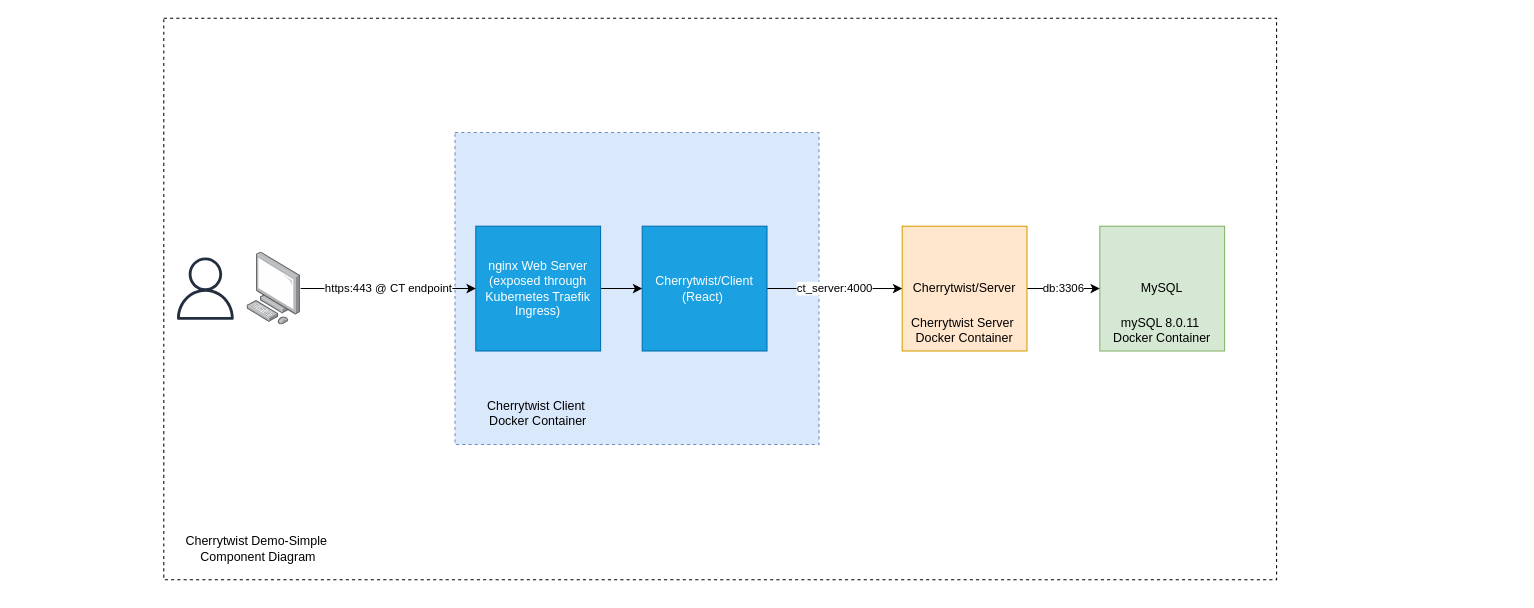
Earlier version of the draw.io diagram design/ComponentDiagram.drawio (alkem-io/demo). Source tidied: cells renumbered, new cells numbered last; positions are measured from the earlier drawing's top-left corner, leaving out a move shared by most shapes. Both pictures are drawn from the tidied source at 104%, with x=0, y=0 at pixel (163, 18). Pictures stored in the file or linked from it are replaced by grey dashed boxes.
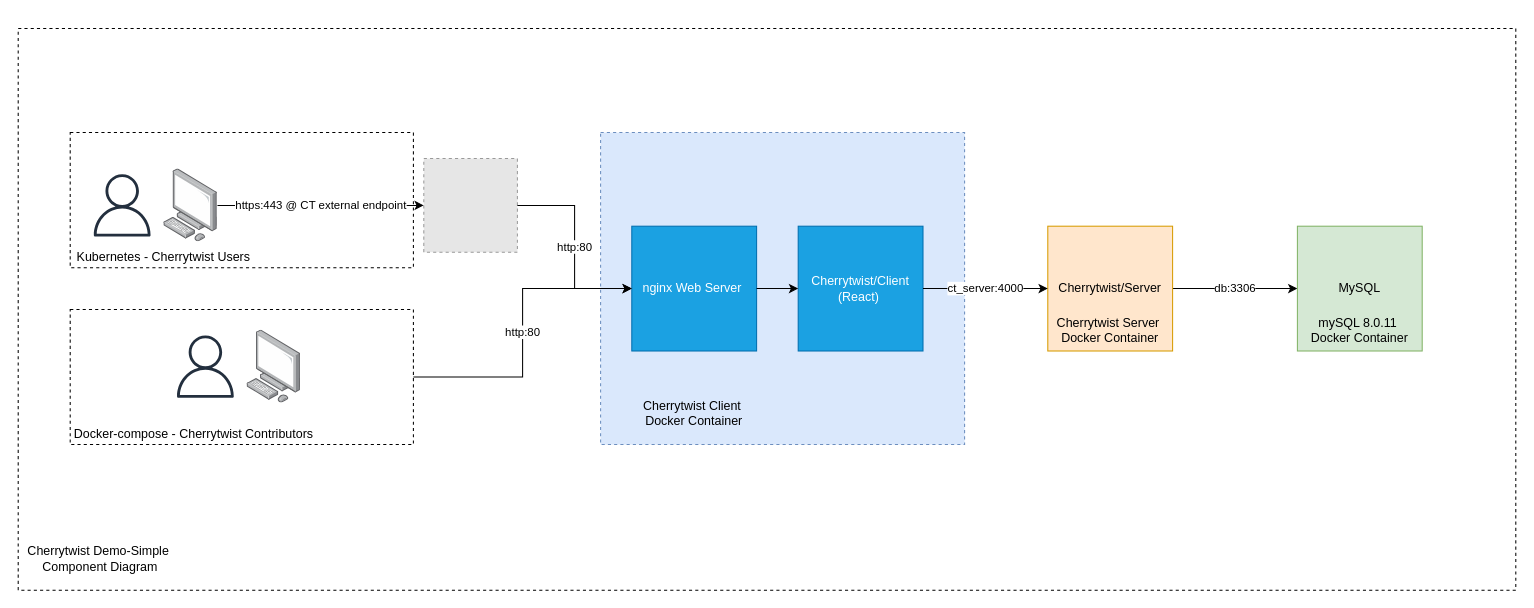
The same page after the edit.

Unchanged cells that the change refers to:
```xml
<mxCell id="13" style="points=[];html=1;align=center;shadow=0;dashed=0;image;image=img/lib/allied_telesis/computer_and_terminals/Personal_Computer.svg;" parent="11" vertex="1">
  <mxGeometry x="70" width="51.6" height="70" as="geometry" />
</mxCell>
```

Diff of the diagram source:
```diff
@@
     <mxCell id="2" style="rounded=0;whiteSpace=wrap;html=1;dashed=1;" parent="1" vertex="1">
-      <mxGeometry width="1070" height="540" as="geometry" />
+      <mxGeometry x="-140" y="10" width="1440" height="540" as="geometry" />
     </mxCell>
+    <mxCell id="5" value="db:3306" style="edgeStyle=orthogonalEdgeStyle;rounded=0;jettySize=auto;html=1;" parent="1" edge="1" source="6" target="4">
+      <mxGeometry relative="1" as="geometry" />
+    </mxCell>
+    <mxCell id="18" value="Cherrytwist Demo-Simple&amp;nbsp; Component Diagram" style="text;html=1;strokeColor=none;fillColor=none;align=center;verticalAlign=middle;whiteSpace=wrap;rounded=0;dashed=1;" parent="1" vertex="1">
+      <mxGeometry x="-140" y="500" width="158.3" height="40" as="geometry" />
+    </mxCell>
+    <mxCell id="19" style="fillColor=#E6E6E6;strokeColor=#999999;dashed=1;verticalLabelPosition=bottom;labelBackgroundColor=#ffffff;verticalAlign=top;" parent="1" vertex="1">
+      <mxGeometry x="250" y="135" width="90" height="90" as="geometry" />
+    </mxCell>
+    <mxCell id="20" style="group;" parent="1" vertex="1">
+      <mxGeometry x="420" y="110" width="350" height="300" as="geometry" />
+    </mxCell>
-    <mxCell id="3" style="rounded=0;whiteSpace=wrap;html=1;dashed=1;fillColor=#dae8fc;strokeColor=#6c8ebf;" parent="1" vertex="1">
-      <mxGeometry x="280" y="110" width="350" height="300" as="geometry" />
+    <mxCell id="3" style="rounded=0;whiteSpace=wrap;html=1;dashed=1;fillColor=#dae8fc;strokeColor=#6c8ebf;" parent="20" vertex="1">
+      <mxGeometry width="350" height="300" as="geometry" />
     </mxCell>
+    <mxCell id="8" value="Cherrytwist/Client (React)&amp;nbsp;" style="whiteSpace=wrap;html=1;fillColor=#1ba1e2;strokeColor=#006EAF;fontColor=#ffffff;" parent="20" vertex="1">
+      <mxGeometry x="190" y="90" width="120" height="120" as="geometry" />
+    </mxCell>
+    <mxCell id="10" value="nginx Web Server&amp;nbsp;" style="whiteSpace=wrap;html=1;fillColor=#1ba1e2;strokeColor=#006EAF;fontColor=#ffffff;" parent="20" vertex="1">
+      <mxGeometry x="30" y="90" width="120" height="120" as="geometry" />
+    </mxCell>
+    <mxCell id="15" value="Cherrytwist Client&amp;nbsp; Docker Container" style="text;html=1;strokeColor=none;fillColor=none;align=center;verticalAlign=middle;whiteSpace=wrap;rounded=0;dashed=1;" parent="20" vertex="1">
+      <mxGeometry x="30" y="250" width="120" height="40" as="geometry" />
+    </mxCell>
+    <mxCell id="9" style="edgeStyle=orthogonalEdgeStyle;rounded=0;jettySize=auto;html=1;exitX=1;exitY=0.5;exitDx=0;exitDy=0;entryX=0;entryY=0.5;entryDx=0;entryDy=0;" parent="20" edge="1" source="10" target="8">
+      <mxGeometry relative="1" as="geometry" />
+    </mxCell>
+    <mxCell id="21" style="group;" parent="1" vertex="1">
+      <mxGeometry x="1090" y="200" width="120" height="120" as="geometry" />
+    </mxCell>
-    <mxCell id="4" value="MySQL" style="whiteSpace=wrap;html=1;fillColor=#d5e8d4;strokeColor=#82b366;" parent="1" vertex="1">
-      <mxGeometry x="900" y="200" width="120" height="120" as="geometry" />
+    <mxCell id="4" value="MySQL" style="whiteSpace=wrap;html=1;fillColor=#d5e8d4;strokeColor=#82b366;" parent="21" vertex="1">
+      <mxGeometry width="120" height="120" as="geometry" />
     </mxCell>
-    <mxCell id="5" value="db:3306" style="edgeStyle=orthogonalEdgeStyle;rounded=0;jettySize=auto;html=1;" parent="1" edge="1" source="6" target="4">
-      <mxGeometry relative="1" as="geometry" />
-    </mxCell>
+    <mxCell id="16" value="mySQL 8.0.11&amp;nbsp; Docker Container" style="text;html=1;strokeColor=none;fillColor=none;align=center;verticalAlign=middle;whiteSpace=wrap;rounded=0;dashed=1;" parent="21" vertex="1">
+      <mxGeometry y="80" width="120" height="40" as="geometry" />
+    </mxCell>
+    <mxCell id="22" style="group;" parent="1" vertex="1">
+      <mxGeometry x="850" y="200" width="120" height="120" as="geometry" />
+    </mxCell>
-    <mxCell id="6" value="Cherrytwist/Server" style="whiteSpace=wrap;html=1;fillColor=#ffe6cc;strokeColor=#d79b00;" parent="1" vertex="1">
-      <mxGeometry x="710" y="200" width="120" height="120" as="geometry" />
+    <mxCell id="6" value="Cherrytwist/Server" style="whiteSpace=wrap;html=1;fillColor=#ffe6cc;strokeColor=#d79b00;" parent="22" vertex="1">
+      <mxGeometry width="120" height="120" as="geometry" />
     </mxCell>
+    <mxCell id="17" value="Cherrytwist Server&amp;nbsp; Docker Container" style="text;html=1;strokeColor=none;fillColor=none;align=center;verticalAlign=middle;whiteSpace=wrap;rounded=0;dashed=1;" parent="22" vertex="1">
+      <mxGeometry y="80" width="120" height="40" as="geometry" />
+    </mxCell>
-    <mxCell id="7" value="ct_server:4000" style="edgeStyle=orthogonalEdgeStyle;rounded=0;jettySize=auto;html=1;exitX=1;exitY=0.5;exitDx=0;exitDy=0;entryX=0;entryY=0.5;entryDx=0;entryDy=0;" parent="1" edge="1" source="8" target="6">
+    <mxCell id="7" value="ct_server:4000" style="edgeStyle=orthogonalEdgeStyle;rounded=0;jettySize=auto;html=1;entryX=0;entryY=0.5;entryDx=0;entryDy=0;exitX=1;exitY=0.5;exitDx=0;exitDy=0;" parent="1" edge="1" source="8" target="6">
       <mxGeometry relative="1" as="geometry" />
     </mxCell>
-    <mxCell id="8" value="Cherrytwist/Client (React)&amp;nbsp;" style="whiteSpace=wrap;html=1;fillColor=#1ba1e2;strokeColor=#006EAF;fontColor=#ffffff;" parent="1" vertex="1">
-      <mxGeometry x="460" y="200" width="120" height="120" as="geometry" />
-    </mxCell>
-    <mxCell id="9" style="edgeStyle=orthogonalEdgeStyle;rounded=0;jettySize=auto;html=1;exitX=1;exitY=0.5;exitDx=0;exitDy=0;entryX=0;entryY=0.5;entryDx=0;entryDy=0;" parent="1" edge="1" source="10" target="8">
-      <mxGeometry relative="1" as="geometry" />
-    </mxCell>
-    <mxCell id="10" value="nginx Web Server (exposed through Kubernetes Traefik Ingress)" style="whiteSpace=wrap;html=1;fillColor=#1ba1e2;strokeColor=#006EAF;fontColor=#ffffff;" parent="1" vertex="1">
-      <mxGeometry x="300" y="200" width="120" height="120" as="geometry" />
-    </mxCell>
+    <mxCell id="23" value="http:80" style="edgeStyle=orthogonalEdgeStyle;rounded=0;jettySize=auto;html=1;entryX=0;entryY=0.5;entryDx=0;entryDy=0;" parent="1" edge="1" source="19" target="10">
+      <mxGeometry relative="1" as="geometry" />
+    </mxCell>
+    <mxCell id="24" style="group;" parent="1" vertex="1">
+      <mxGeometry x="-90" y="280" width="330" height="140" as="geometry" />
+    </mxCell>
+    <mxCell id="25" style="rounded=0;whiteSpace=wrap;html=1;dashed=1;" parent="24" vertex="1">
+      <mxGeometry width="330" height="130" as="geometry" />
+    </mxCell>
+    <mxCell id="26" style="group;" parent="24" vertex="1">
+      <mxGeometry x="100" y="20" width="190" height="120" as="geometry" />
+    </mxCell>
+    <mxCell id="27" style="fontColor=#232F3E;gradientColor=none;fillColor=#232F3E;strokeColor=none;dashed=0;verticalLabelPosition=bottom;verticalAlign=top;align=center;html=1;fontSize=12;fontStyle=0;shape=mxgraph.aws4.user;" parent="26" vertex="1">
+      <mxGeometry y="5" width="60" height="60" as="geometry" />
+    </mxCell>
+    <mxCell id="28" style="html=1;align=center;shadow=0;dashed=0;image;image=img/lib/allied_telesis/computer_and_terminals/Personal_Computer.svg;" parent="26" vertex="1">
+      <mxGeometry x="70" width="51.6" height="70" as="geometry" />
+    </mxCell>
+    <mxCell id="29" value="Docker-compose - Cherrytwist Contributors" style="text;html=1;strokeColor=none;fillColor=none;align=center;verticalAlign=middle;whiteSpace=wrap;rounded=0;dashed=1;" parent="24" vertex="1">
+      <mxGeometry x="-10" y="100" width="258.4" height="40" as="geometry" />
+    </mxCell>
+    <mxCell id="30" style="group;" parent="1" vertex="1">
+      <mxGeometry x="-120" y="110" width="360" height="140" as="geometry" />
+    </mxCell>
+    <mxCell id="31" style="rounded=0;whiteSpace=wrap;html=1;dashed=1;" parent="30" vertex="1">
+      <mxGeometry x="30" width="330" height="130" as="geometry" />
+    </mxCell>
+    <mxCell id="14" value="https:443 @ CT external endpoint" style="edgeStyle=orthogonalEdgeStyle;rounded=0;jettySize=auto;html=1;" parent="30" edge="1" source="13" target="19">
+      <mxGeometry relative="1" as="geometry" />
+    </mxCell>
+    <mxCell id="32" value="Kubernetes - Cherrytwist Users" style="text;html=1;strokeColor=none;fillColor=none;align=center;verticalAlign=middle;whiteSpace=wrap;rounded=0;dashed=1;" parent="30" vertex="1">
+      <mxGeometry x="30" y="100" width="180" height="40" as="geometry" />
+    </mxCell>
-    <mxCell id="11" style="group;" parent="1" vertex="1">
-      <mxGeometry x="10" y="225" width="121.6" height="70" as="geometry" />
+    <mxCell id="11" style="group;" parent="30" vertex="1">
+      <mxGeometry x="50" y="35" width="121.6" height="70" as="geometry" />
     </mxCell>
@@
-    <mxCell id="14" value="https:443 @ CT endpoint" style="edgeStyle=orthogonalEdgeStyle;rounded=0;jettySize=auto;html=1;entryX=0;entryY=0.5;entryDx=0;entryDy=0;" parent="1" edge="1" source="13" target="10">
-      <mxGeometry relative="1" as="geometry" />
-    </mxCell>
-    <mxCell id="15" value="Cherrytwist Client&amp;nbsp; Docker Container" style="text;html=1;strokeColor=none;fillColor=none;align=center;verticalAlign=middle;whiteSpace=wrap;rounded=0;dashed=1;" parent="1" vertex="1">
-      <mxGeometry x="300" y="360" width="120" height="40" as="geometry" />
-    </mxCell>
-    <mxCell id="16" value="mySQL 8.0.11&amp;nbsp; Docker Container" style="text;html=1;strokeColor=none;fillColor=none;align=center;verticalAlign=middle;whiteSpace=wrap;rounded=0;dashed=1;" parent="1" vertex="1">
-      <mxGeometry x="900" y="280" width="120" height="40" as="geometry" />
-    </mxCell>
-    <mxCell id="17" value="Cherrytwist Server&amp;nbsp; Docker Container" style="text;html=1;strokeColor=none;fillColor=none;align=center;verticalAlign=middle;whiteSpace=wrap;rounded=0;dashed=1;" parent="1" vertex="1">
-      <mxGeometry x="710" y="280" width="120" height="40" as="geometry" />
-    </mxCell>
-    <mxCell id="18" value="Cherrytwist Demo-Simple&amp;nbsp; Component Diagram" style="text;html=1;strokeColor=none;fillColor=none;align=center;verticalAlign=middle;whiteSpace=wrap;rounded=0;dashed=1;" parent="1" vertex="1">
-      <mxGeometry x="11.6" y="490" width="158.3" height="40" as="geometry" />
-    </mxCell>
+    <mxCell id="33" value="http:80" style="edgeStyle=orthogonalEdgeStyle;rounded=0;jettySize=auto;html=1;exitX=1;exitY=0.5;exitDx=0;exitDy=0;entryX=0;entryY=0.5;entryDx=0;entryDy=0;" parent="1" edge="1" source="25" target="10">
+      <mxGeometry relative="1" as="geometry" />
+    </mxCell>
```
